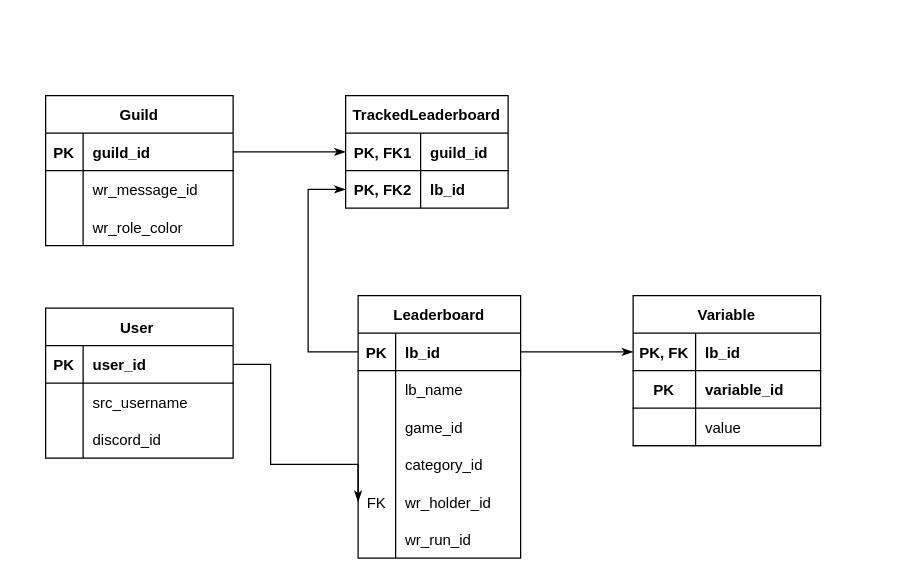
mitchell-merry/src-wrs-bot keeps this draw.io diagram as srcwrsbot.drawio. Above is the earlier version. Source tidied: cells renumbered, new cells numbered last; positions are measured from the earlier drawing's top-left corner, leaving out a move shared by most shapes. Both pictures are drawn from the tidied source at 125%, with x=0, y=0 at pixel (45, 95).
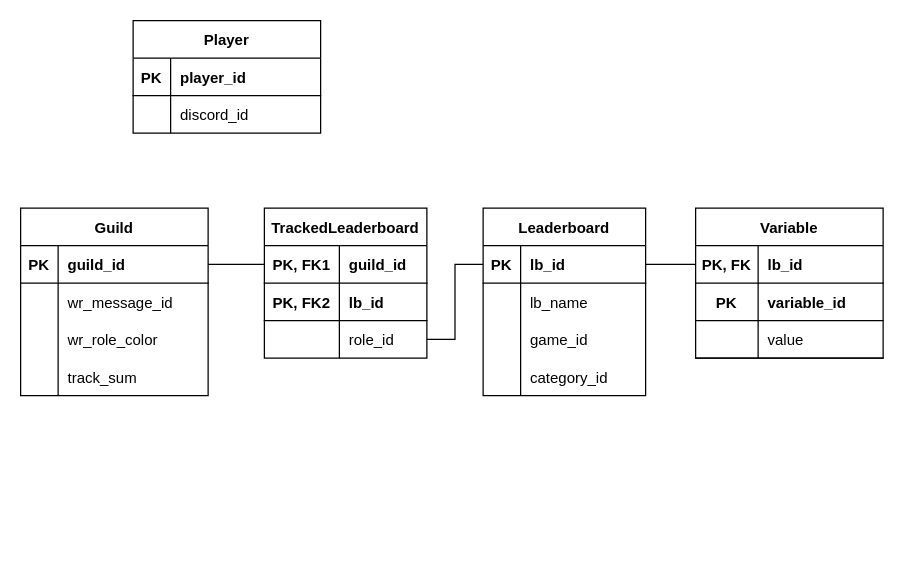
The same diagram, later.

The change refers to these unchanged cells:
```xml
<mxCell id="4" style="shape=partialRectangle;fillColor=none;points=[[0,0.5],[1,0.5]];portConstraint=eastwest;top=0;left=0;right=0;bottom=1;" parent="3" vertex="1">
  <mxGeometry y="30" width="130" height="30" as="geometry" />
</mxCell>
<mxCell id="23" style="shape=partialRectangle;fillColor=none;points=[[0,0.5],[1,0.5]];portConstraint=eastwest;top=0;left=0;right=0;bottom=1;" parent="22" vertex="1">
  <mxGeometry y="30" width="130" height="30" as="geometry" />
</mxCell>
<mxCell id="30" style="shape=partialRectangle;fillColor=none;points=[[0,0.5],[1,0.5]];portConstraint=eastwest;top=0;left=0;right=0;bottom=1;" parent="29" vertex="1">
  <mxGeometry y="30" width="150" height="30" as="geometry" />
</mxCell>
<mxCell id="42" style="shape=partialRectangle;fillColor=none;points=[[0,0.5],[1,0.5]];portConstraint=eastwest;top=0;left=0;right=0;bottom=1;" parent="41" vertex="1">
  <mxGeometry y="30" width="150" height="30" as="geometry" />
</mxCell>
<mxCell id="52" style="shape=partialRectangle;fillColor=none;points=[[0,0.5],[1,0.5]];portConstraint=eastwest;top=0;left=0;right=0;bottom=1;" parent="51" vertex="1">
  <mxGeometry y="30" width="150" height="30" as="geometry" />
</mxCell>
```

The edit, as a diff of the source:
```diff
@@
-    <mxCell id="2" style="edgeStyle=entityRelationEdgeStyle;endArrow=classicThin;startArrow=none;endFill=1;startFill=0;entryX=0;entryY=0.5;entryDx=0;entryDy=0;" parent="1" edge="1" source="30" target="23">
-      <mxGeometry relative="1" as="geometry" />
-    </mxCell>
+    <mxCell id="39" style="edgeStyle=orthogonalEdgeStyle;rounded=0;jettySize=auto;html=1;endArrow=none;endFill=0;elbow=vertical;exitX=0;exitY=0.5;exitDx=0;exitDy=0;" parent="1" edge="1" source="4" target="26">
+      <mxGeometry relative="1" as="geometry" />
+    </mxCell>
     <mxCell id="3" value="Leaderboard" style="shape=table;startSize=30;childLayout=tableLayout;rowLines=0;fontStyle=1;align=center;" parent="1" vertex="1">
-      <mxGeometry x="250" y="160" width="130" height="210" as="geometry" />
+      <mxGeometry x="350" y="90" width="130" height="150" as="geometry" />
     </mxCell>
@@
-    <mxCell id="16" style="shape=partialRectangle;fillColor=none;points=[[0,0.5],[1,0.5]];portConstraint=eastwest;top=0;left=0;right=0;bottom=0;" parent="3" vertex="1">
-      <mxGeometry y="150" width="130" height="30" as="geometry" />
-    </mxCell>
-    <mxCell id="17" value="FK" style="shape=partialRectangle;overflow=hidden;fillColor=none;top=0;left=0;bottom=0;right=0;" parent="16" vertex="1">
-      <mxGeometry width="30" height="30" as="geometry" />
-    </mxCell>
-    <mxCell id="18" value="wr_holder_id" style="shape=partialRectangle;overflow=hidden;fillColor=none;top=0;left=0;bottom=0;right=0;align=left;spacingLeft=6;" parent="16" vertex="1">
-      <mxGeometry x="30" width="100" height="30" as="geometry" />
-    </mxCell>
-    <mxCell id="19" style="shape=partialRectangle;fillColor=none;top=0;left=0;right=0;bottom=0;" parent="3" vertex="1">
-      <mxGeometry y="180" width="130" height="30" as="geometry" />
-    </mxCell>
-    <mxCell id="20" style="shape=partialRectangle;overflow=hidden;fillColor=none;top=0;left=0;bottom=0;right=0;" parent="19" vertex="1">
-      <mxGeometry width="30" height="30" as="geometry" />
-    </mxCell>
-    <mxCell id="21" value="wr_run_id" style="shape=partialRectangle;overflow=hidden;fillColor=none;top=0;left=0;bottom=0;right=0;align=left;spacingLeft=6;" parent="19" vertex="1">
-      <mxGeometry x="30" width="100" height="30" as="geometry" />
-    </mxCell>
     <mxCell id="22" value="TrackedLeaderboard" style="shape=table;startSize=30;childLayout=tableLayout;rowLines=0;fontStyle=1;align=center;" parent="1" vertex="1">
-      <mxGeometry x="240" width="130" height="90" as="geometry" />
+      <mxGeometry x="175" y="90" width="130" height="120" as="geometry" />
     </mxCell>
@@
+    <mxCell id="62" style="shape=partialRectangle;fillColor=none;top=0;left=0;right=0;bottom=1;" parent="22" vertex="1">
+      <mxGeometry y="60" width="130" height="30" as="geometry" />
+    </mxCell>
+    <mxCell id="63" value="PK, FK2" style="shape=partialRectangle;overflow=hidden;fillColor=none;top=0;left=0;bottom=0;right=0;fontStyle=1;strokeWidth=0;" parent="62" vertex="1">
+      <mxGeometry width="60" height="30" as="geometry" />
+    </mxCell>
+    <mxCell id="64" value="lb_id" style="shape=partialRectangle;overflow=hidden;fillColor=none;top=0;left=0;bottom=0;right=0;align=left;spacingLeft=6;fontStyle=1;strokeWidth=0;" parent="62" vertex="1">
+      <mxGeometry x="60" width="70" height="30" as="geometry" />
+    </mxCell>
     <mxCell id="26" style="shape=partialRectangle;fillColor=none;points=[[0,0.5],[1,0.5]];portConstraint=eastwest;top=0;left=0;right=0;bottom=0;strokeWidth=1;" parent="22" vertex="1">
-      <mxGeometry y="60" width="130" height="30" as="geometry" />
+      <mxGeometry y="90" width="130" height="30" as="geometry" />
     </mxCell>
-    <mxCell id="27" value="PK, FK2" style="shape=partialRectangle;overflow=hidden;fillColor=none;top=0;left=0;bottom=0;right=0;perimeterSpacing=0;fontStyle=1;" parent="26" vertex="1">
+    <mxCell id="27" style="shape=partialRectangle;overflow=hidden;fillColor=none;top=0;left=0;bottom=0;right=0;perimeterSpacing=0;fontStyle=0;" parent="26" vertex="1">
       <mxGeometry width="60" height="30" as="geometry" />
     </mxCell>
-    <mxCell id="28" value="lb_id" style="shape=partialRectangle;overflow=hidden;fillColor=none;top=0;left=0;bottom=0;right=0;align=left;spacingLeft=6;perimeterSpacing=0;fontStyle=1;" parent="26" vertex="1">
+    <mxCell id="28" value="role_id" style="shape=partialRectangle;overflow=hidden;fillColor=none;top=0;left=0;bottom=0;right=0;align=left;spacingLeft=6;perimeterSpacing=0;fontStyle=0;" parent="26" vertex="1">
       <mxGeometry x="60" width="70" height="30" as="geometry" />
     </mxCell>
     <mxCell id="29" value="Guild" style="shape=table;startSize=30;childLayout=tableLayout;rowLines=0;fontStyle=1;align=center;" parent="1" vertex="1">
-      <mxGeometry width="150" height="120" as="geometry" />
+      <mxGeometry x="-20" y="90" width="150" height="150" as="geometry" />
     </mxCell>
@@
-    <mxCell id="39" style="edgeStyle=orthogonalEdgeStyle;rounded=0;jettySize=auto;html=1;startArrow=none;startFill=0;endArrow=classicThin;endFill=1;entryX=0;entryY=0.5;entryDx=0;entryDy=0;exitX=0;exitY=0.5;exitDx=0;exitDy=0;" parent="1" edge="1" source="4" target="26">
-      <mxGeometry relative="1" as="geometry">
-        <Array as="points">
-          <mxPoint x="210" y="205" />
-          <mxPoint x="210" y="75" />
-        </Array>
-      </mxGeometry>
-    </mxCell>
-    <mxCell id="40" style="edgeStyle=orthogonalEdgeStyle;rounded=0;jettySize=auto;html=1;entryX=0;entryY=0.5;entryDx=0;entryDy=0;startArrow=none;startFill=0;endArrow=classicThin;endFill=1;exitX=1;exitY=0.5;exitDx=0;exitDy=0;" parent="1" edge="1" source="42" target="16">
-      <mxGeometry relative="1" as="geometry">
-        <Array as="points">
-          <mxPoint x="180" y="215" />
-          <mxPoint x="180" y="295" />
-        </Array>
-      </mxGeometry>
-    </mxCell>
+    <mxCell id="65" style="shape=partialRectangle;fillColor=none;top=0;left=0;right=0;bottom=0;" parent="29" vertex="1">
+      <mxGeometry y="120" width="150" height="30" as="geometry" />
+    </mxCell>
+    <mxCell id="66" style="shape=partialRectangle;overflow=hidden;fillColor=none;top=0;left=0;bottom=0;right=0;" parent="65" vertex="1">
+      <mxGeometry width="30" height="30" as="geometry" />
+    </mxCell>
+    <mxCell id="67" value="track_sum" style="shape=partialRectangle;overflow=hidden;fillColor=none;top=0;left=0;bottom=0;right=0;align=left;spacingLeft=6;" parent="65" vertex="1">
+      <mxGeometry x="30" width="120" height="30" as="geometry" />
+    </mxCell>
-    <mxCell id="41" value="User " style="shape=table;startSize=30;childLayout=tableLayout;rowLines=0;fontStyle=1;align=center;" parent="1" vertex="1">
-      <mxGeometry y="170" width="150" height="120" as="geometry" />
+    <mxCell id="41" value="Player" style="shape=table;startSize=30;childLayout=tableLayout;rowLines=0;fontStyle=1;align=center;" parent="1" vertex="1">
+      <mxGeometry x="70" y="-60" width="150" height="90" as="geometry" />
     </mxCell>
@@
-    <mxCell id="44" value="user_id" style="shape=partialRectangle;overflow=hidden;fillColor=none;top=0;left=0;bottom=0;right=0;align=left;spacingLeft=6;fontStyle=1;" parent="42" vertex="1">
+    <mxCell id="44" value="player_id" style="shape=partialRectangle;overflow=hidden;fillColor=none;top=0;left=0;bottom=0;right=0;align=left;spacingLeft=6;fontStyle=1;" parent="42" vertex="1">
       <mxGeometry x="30" width="120" height="30" as="geometry" />
     </mxCell>
-    <mxCell id="45" style="shape=partialRectangle;fillColor=none;top=0;left=0;right=0;bottom=0;" parent="41" vertex="1">
-      <mxGeometry y="60" width="150" height="30" as="geometry" />
-    </mxCell>
-    <mxCell id="46" style="shape=partialRectangle;overflow=hidden;fillColor=none;top=0;left=0;bottom=0;right=0;" parent="45" vertex="1">
-      <mxGeometry width="30" height="30" as="geometry" />
-    </mxCell>
-    <mxCell id="47" value="src_username" style="shape=partialRectangle;overflow=hidden;fillColor=none;top=0;left=0;bottom=0;right=0;align=left;spacingLeft=6;" parent="45" vertex="1">
-      <mxGeometry x="30" width="120" height="30" as="geometry" />
-    </mxCell>
     <mxCell id="48" style="shape=partialRectangle;fillColor=none;top=0;left=0;right=0;bottom=0;" parent="41" vertex="1">
-      <mxGeometry y="90" width="150" height="30" as="geometry" />
+      <mxGeometry y="60" width="150" height="30" as="geometry" />
     </mxCell>
@@
     <mxCell id="51" value="Variable" style="shape=table;startSize=30;childLayout=tableLayout;rowLines=0;fontStyle=1;align=center;" parent="1" vertex="1">
-      <mxGeometry x="470" y="160" width="150" height="120" as="geometry" />
+      <mxGeometry x="520" y="90" width="150" height="120" as="geometry" />
     </mxCell>
@@
-    <mxCell id="61" style="edgeStyle=orthogonalEdgeStyle;rounded=0;jettySize=auto;html=1;exitX=1;exitY=0.5;exitDx=0;exitDy=0;entryX=0;entryY=0.5;entryDx=0;entryDy=0;endArrow=classicThin;endFill=1;" parent="1" edge="1" source="4" target="52">
+    <mxCell id="61" style="edgeStyle=orthogonalEdgeStyle;rounded=0;jettySize=auto;html=1;exitX=1;exitY=0.5;exitDx=0;exitDy=0;entryX=0;entryY=0.5;entryDx=0;entryDy=0;endArrow=none;endFill=0;" parent="1" edge="1" source="4" target="52">
       <mxGeometry relative="1" as="geometry" />
     </mxCell>
+    <mxCell id="2" style="edgeStyle=orthogonalEdgeStyle;rounded=0;jettySize=auto;html=1;exitX=1;exitY=0.5;exitDx=0;exitDy=0;elbow=vertical;endArrow=none;endFill=0;" parent="1" edge="1" source="30" target="23">
+      <mxGeometry relative="1" as="geometry" />
+    </mxCell>
```
